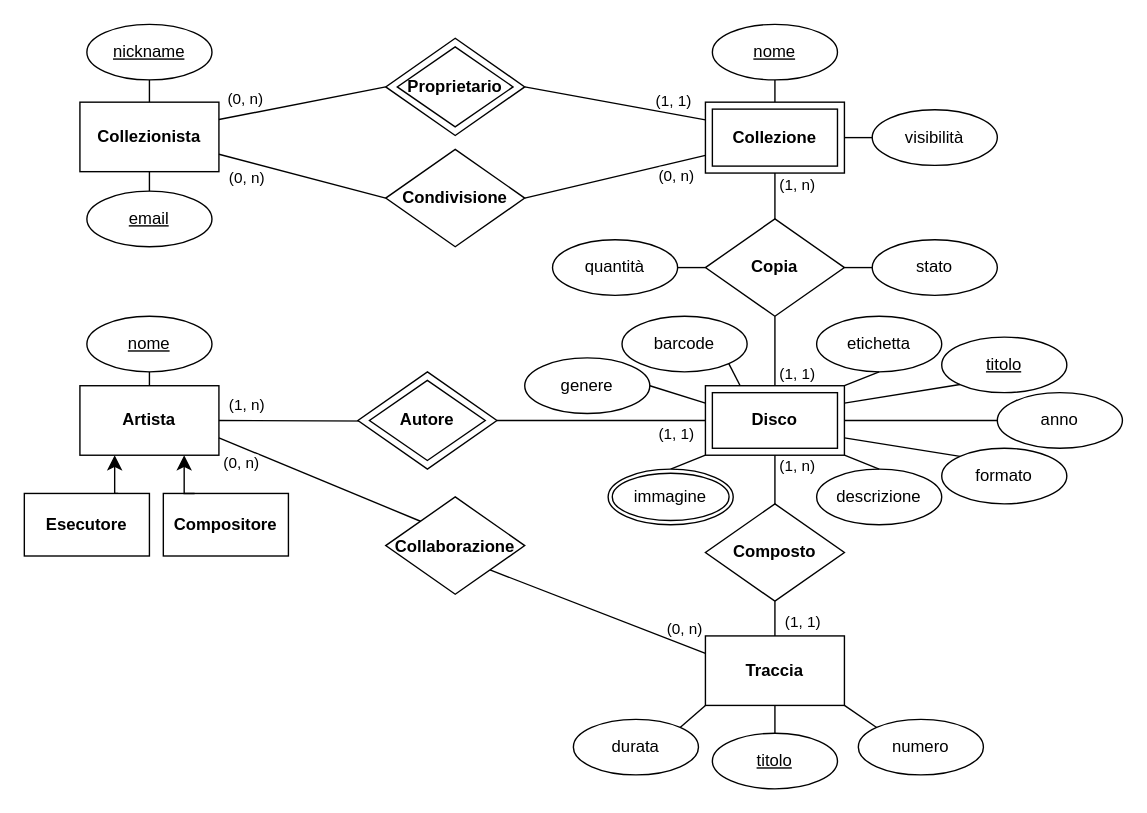
The draw.io diagram design/Collectors_ER.drawio in darthmassari/collectors-mysql-project, before the edit. Source tidied: cells renumbered, new cells numbered last; positions are measured from the earlier drawing's top-left corner, leaving out a move shared by most shapes. Both pictures are drawn from the tidied source at 139%, with x=0, y=0 at pixel (24, 24).
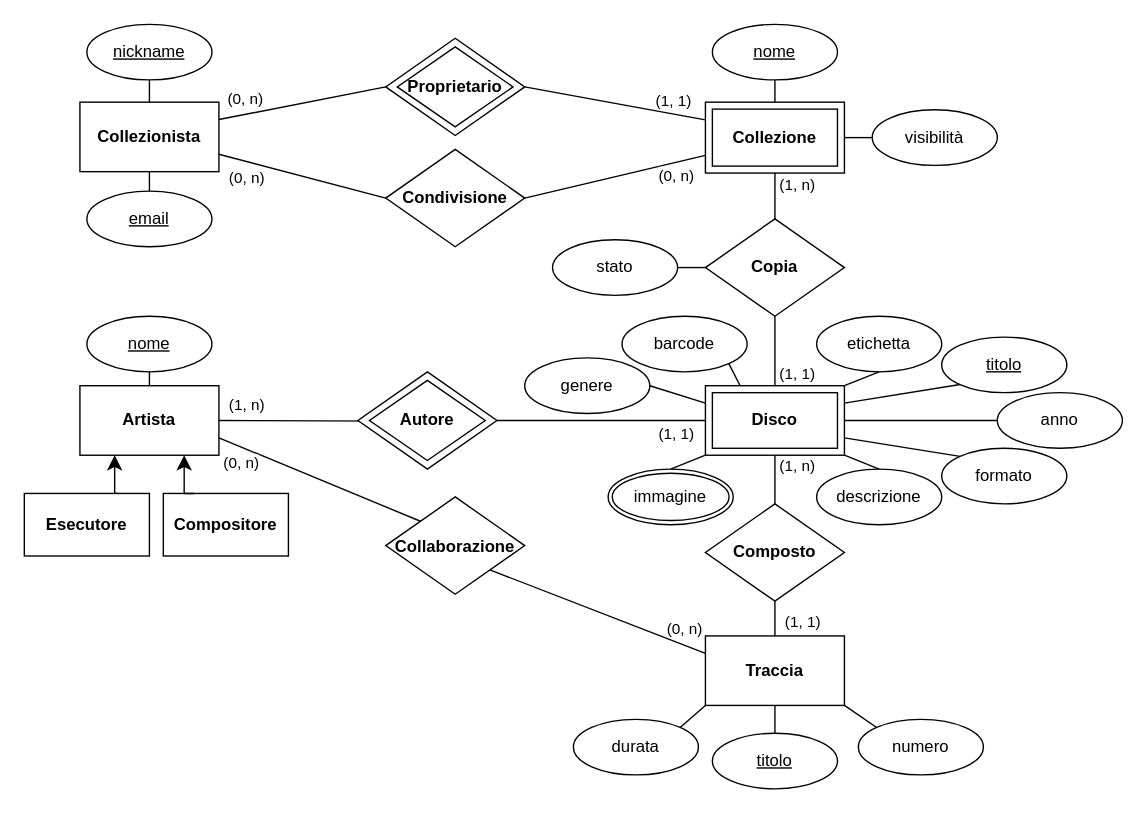
The same diagram, later.

The change refers to these unchanged cells:
```xml
<mxCell id="30" style="shape=rhombus;html=1;dashed=0;whiteSpace=wrap;perimeter=rhombusPerimeter;" parent="29" vertex="1">
  <mxGeometry width="100" height="70" as="geometry" />
</mxCell>
```

Diff of the diagram source:
```diff
@@
     <mxCell id="36" value="stato" style="ellipse;whiteSpace=wrap;html=1;align=center;" parent="1" vertex="1">
-      <mxGeometry x="610" y="155" width="90" height="40" as="geometry" />
+      <mxGeometry x="380" y="155" width="90" height="40" as="geometry" />
     </mxCell>
-    <mxCell id="37" style="endArrow=none;html=1;rounded=0;entryX=1;entryY=0.5;entryDx=0;entryDy=0;exitX=0;exitY=0.5;exitDx=0;exitDy=0;" parent="1" edge="1" source="36" target="30">
+    <mxCell id="37" style="endArrow=none;html=1;rounded=0;entryX=0;entryY=0.5;entryDx=0;entryDy=0;exitX=1;exitY=0.5;exitDx=0;exitDy=0;" parent="1" edge="1" source="36" target="30">
       <mxGeometry relative="1" as="geometry" />
     </mxCell>
-    <mxCell id="38" value="quantità" style="ellipse;whiteSpace=wrap;html=1;align=center;" parent="1" vertex="1">
-      <mxGeometry x="380" y="155" width="90" height="40" as="geometry" />
-    </mxCell>
-    <mxCell id="39" style="endArrow=none;html=1;rounded=0;entryX=0;entryY=0.5;entryDx=0;entryDy=0;exitX=1;exitY=0.5;exitDx=0;exitDy=0;" parent="1" edge="1" source="38" target="30">
-      <mxGeometry relative="1" as="geometry" />
-    </mxCell>
```
